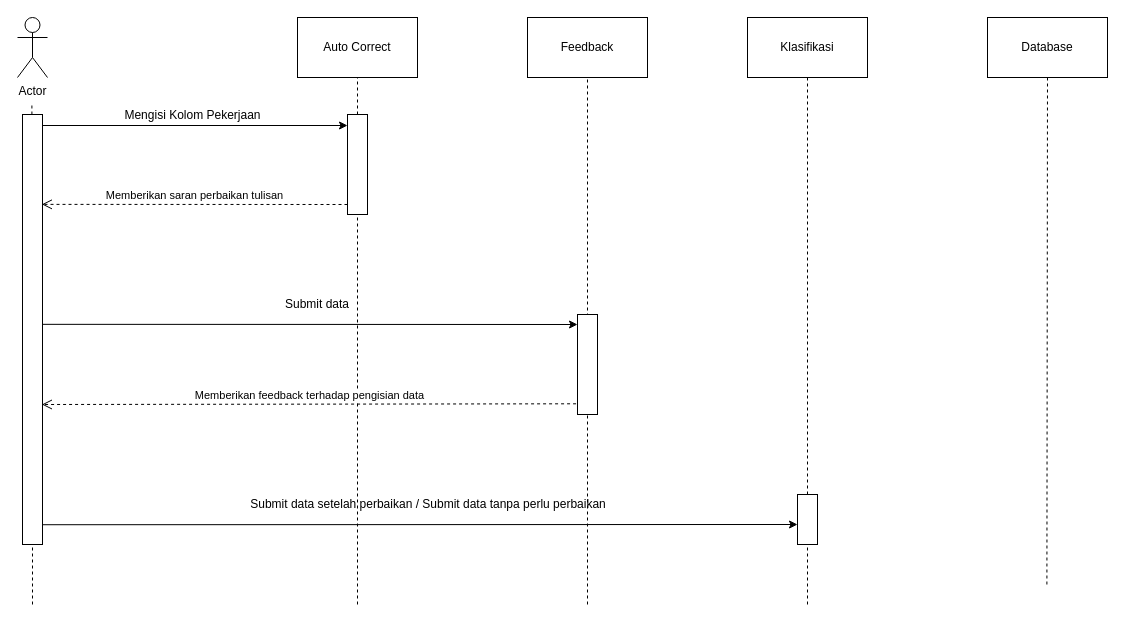
The draw.io diagram Untitled Diagram.drawio in Tamvanz/offstat, before the edit. Source tidied: cells renumbered, new cells numbered last; positions are measured from the earlier drawing's top-left corner, leaving out a move shared by most shapes. Both pictures are drawn from the tidied source at 100%, with x=0, y=0 at pixel (17, 17).
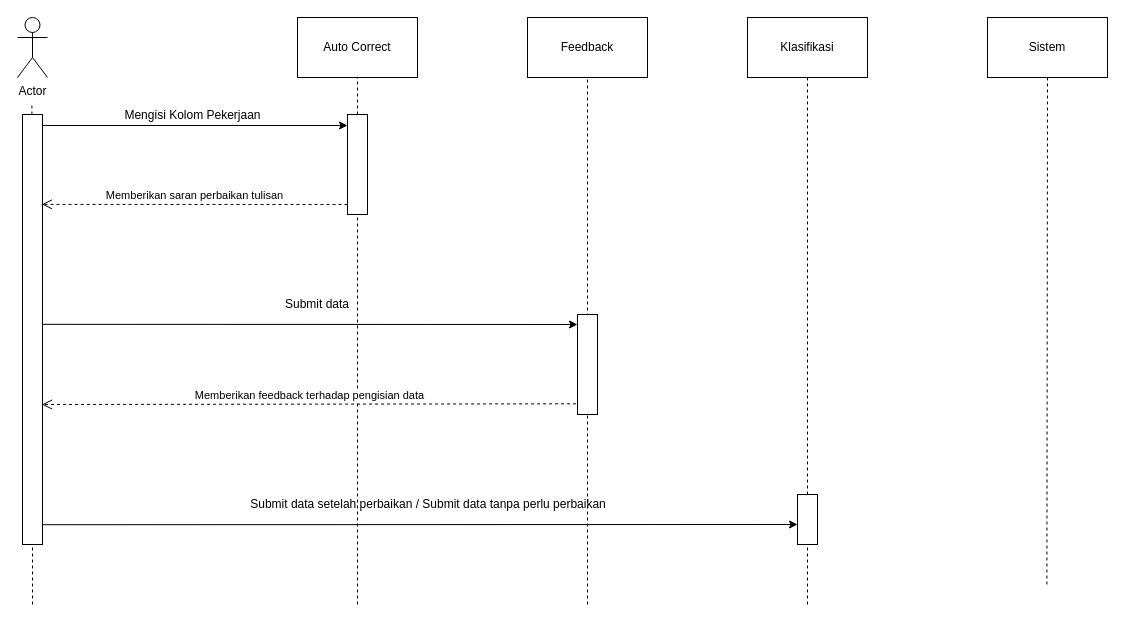
After the change.

The change refers to these unchanged cells:
```xml
<mxCell id="17" style="group;" parent="1" vertex="1">
  <mxGeometry x="970" width="120" height="60" as="geometry" />
</mxCell>
```

What changed in the source:
```diff
@@
-    <mxCell id="19" value="Database" style="text;html=1;strokeColor=none;fillColor=none;align=center;verticalAlign=middle;whiteSpace=wrap;rounded=0;" parent="17" vertex="1">
+    <mxCell id="19" value="Sistem" style="text;html=1;strokeColor=none;fillColor=none;align=center;verticalAlign=middle;whiteSpace=wrap;rounded=0;" parent="17" vertex="1">
       <mxGeometry x="40" y="20" width="40" height="20" as="geometry" />
     </mxCell>
```
